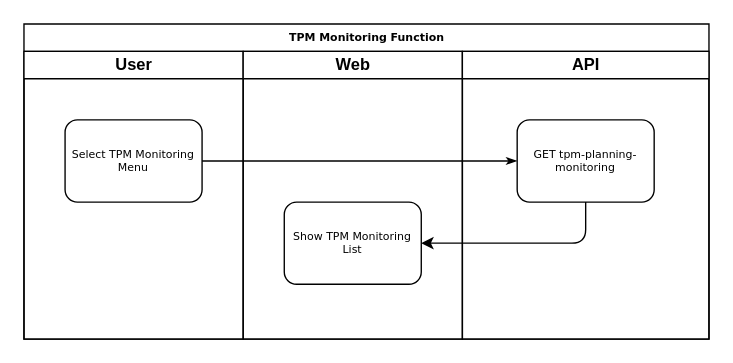
Above: page "TPM Monitoring" (13 of 17) of ERD/TPM System Flow.drawio in alqaj/diagrams (draw.io), before the change. Source tidied: cells renumbered, new cells numbered last; positions are measured from the earlier drawing's top-left corner, leaving out a move shared by most shapes. Both pictures are drawn from the tidied source at 137%, with x=0, y=0 at pixel (23, 23).
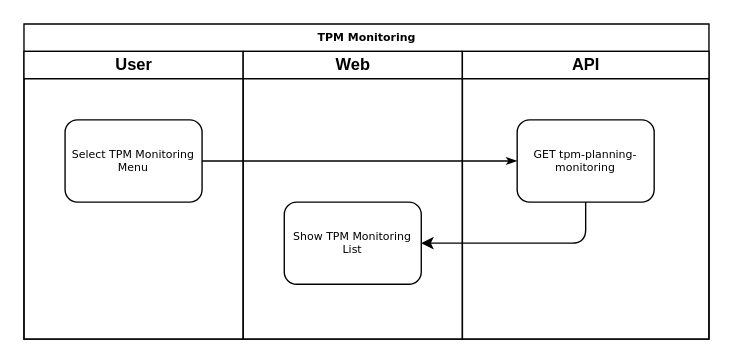
The same page after the edit.

What changed in the source:
```diff
@@
 <mxGraphModel>
   <root>
     <mxCell id="0" />
     <mxCell id="1" parent="0" />
-    <mxCell id="2" value="TPM Monitoring Function" style="swimlane;html=1;startSize=20;rounded=0;shadow=0;labelBackgroundColor=none;strokeWidth=1;fontFamily=Verdana;fontSize=8;align=center;" parent="1" vertex="1">
+    <mxCell id="2" value="TPM Monitoring" style="swimlane;html=1;startSize=20;rounded=0;shadow=0;labelBackgroundColor=none;strokeWidth=1;fontFamily=Verdana;fontSize=8;align=center;" parent="1" vertex="1">
       <mxGeometry width="500" height="230" as="geometry" />
     </mxCell>
     <mxCell id="3" value="User" style="swimlane;html=1;startSize=20;" parent="2" vertex="1">
       <mxGeometry y="20" width="160" height="210" as="geometry" />
     </mxCell>
     <mxCell id="4" value="Select TPM Monitoring&lt;br&gt;Menu" style="rounded=1;whiteSpace=wrap;html=1;shadow=0;labelBackgroundColor=none;strokeWidth=1;fontFamily=Verdana;fontSize=8;align=center;" parent="3" vertex="1">
       <mxGeometry x="30" y="50" width="100" height="60" as="geometry" />
     </mxCell>
     <mxCell id="5" style="edgeStyle=orthogonalEdgeStyle;rounded=1;html=1;labelBackgroundColor=none;startArrow=none;startFill=0;startSize=5;endArrow=classicThin;endFill=1;endSize=5;jettySize=auto;strokeWidth=1;fontFamily=Verdana;fontSize=8;entryX=0;entryY=0.5;entryDx=0;entryDy=0;" parent="2" edge="1" source="4" target="9">
       <mxGeometry relative="1" as="geometry" />
     </mxCell>
     <mxCell id="6" value="Web" style="swimlane;html=1;startSize=20;" parent="2" vertex="1">
       <mxGeometry x="160" y="20" width="160" height="210" as="geometry" />
     </mxCell>
     <mxCell id="7" value="Show&amp;nbsp;TPM Monitoring&lt;br&gt;List" style="rounded=1;whiteSpace=wrap;html=1;shadow=0;labelBackgroundColor=none;strokeWidth=1;fontFamily=Verdana;fontSize=8;align=center;" parent="6" vertex="1">
       <mxGeometry x="30" y="110" width="100" height="60" as="geometry" />
     </mxCell>
     <mxCell id="8" value="API" style="swimlane;html=1;startSize=20;" parent="2" vertex="1">
       <mxGeometry x="320" y="20" width="180" height="210" as="geometry" />
     </mxCell>
     <mxCell id="9" value="GET&amp;nbsp;tpm-planning-monitoring" style="rounded=1;whiteSpace=wrap;html=1;shadow=0;labelBackgroundColor=none;strokeWidth=1;fontFamily=Verdana;fontSize=8;align=center;" parent="8" vertex="1">
       <mxGeometry x="40" y="50" width="100" height="60" as="geometry" />
     </mxCell>
     <mxCell id="10" style="edgeStyle=orthogonalEdgeStyle;rounded=1;jettySize=auto;html=1;entryX=1;entryY=0.5;entryDx=0;entryDy=0;exitX=0.5;exitY=1;exitDx=0;exitDy=0;" parent="2" edge="1" source="9" target="7">
       <mxGeometry relative="1" as="geometry" />
     </mxCell>
   </root>
 </mxGraphModel>
```
